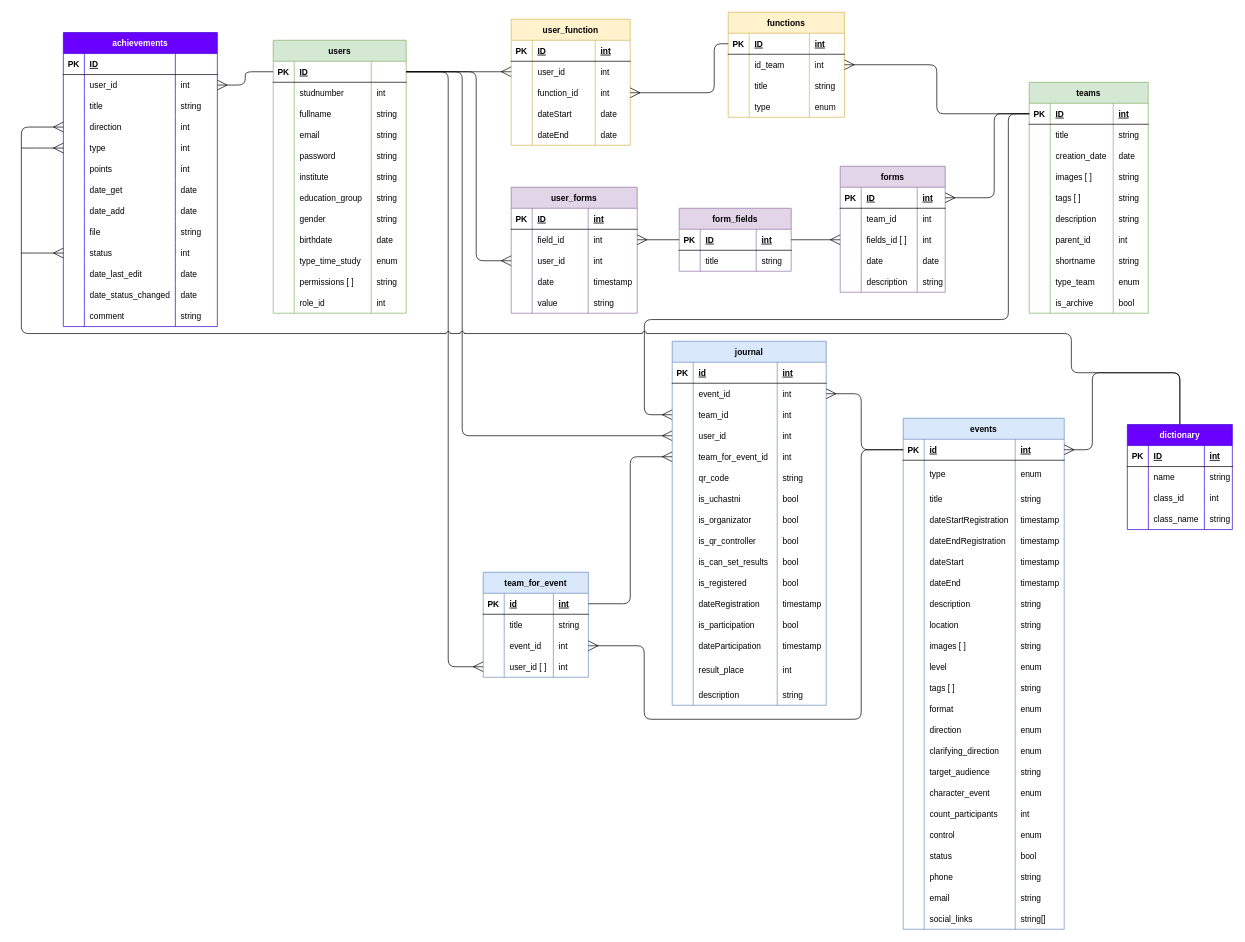
KomogortsevaYulia/Raiting-Teams-Events keeps this draw.io diagram as page "Физическая" (2 of 3) of Схема БД.drawio. Above is the earlier version. Source tidied: cells renumbered, new cells numbered last; positions are measured from the earlier drawing's top-left corner, leaving out a move shared by most shapes. Both pictures are drawn from the tidied source at 70%, with x=0, y=0 at pixel (21, 12).
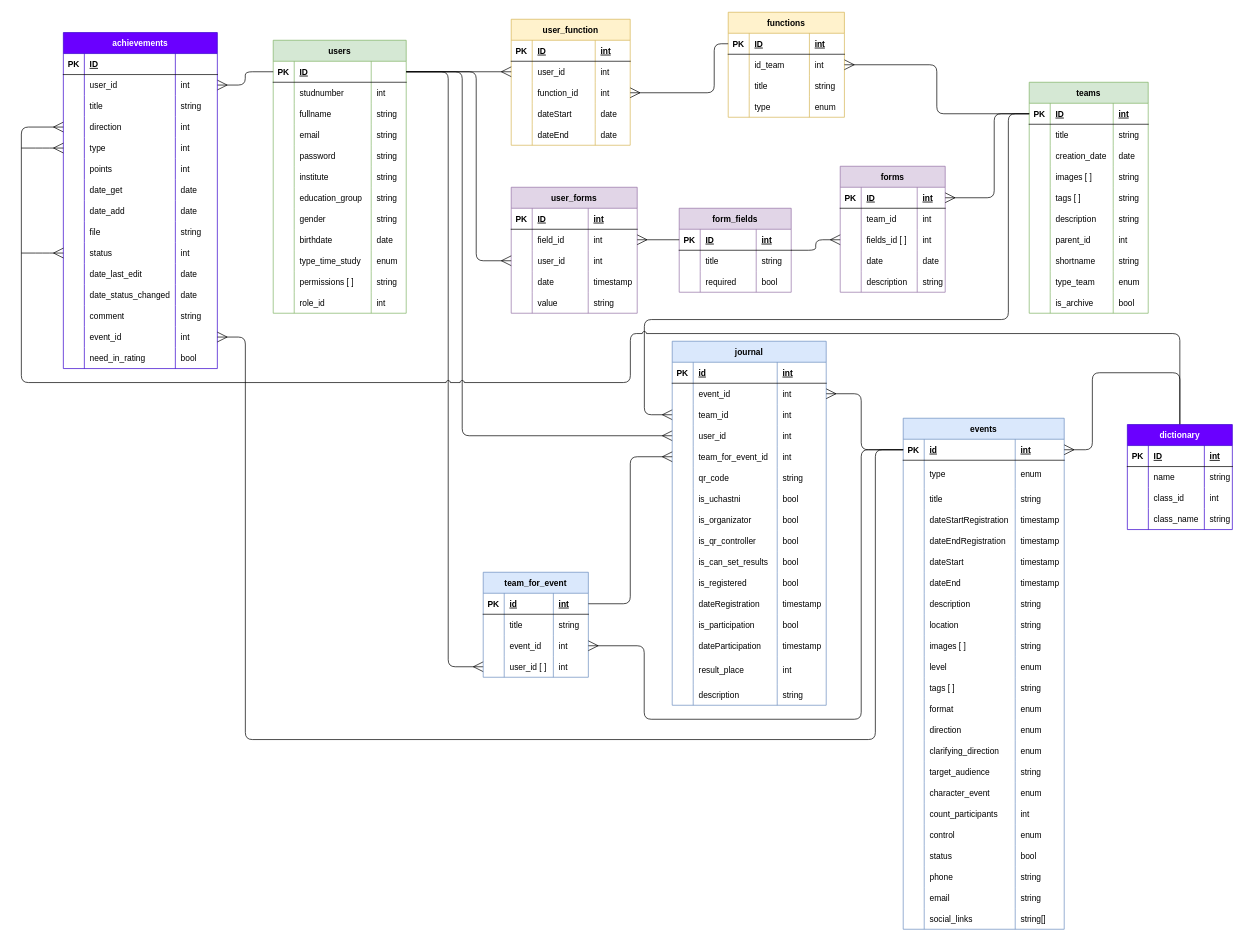
After the change.

The change refers to these unchanged cells:
```xml
<mxCell id="192" style="shape=tableRow;horizontal=0;startSize=0;swimlaneHead=0;swimlaneBody=0;fillColor=none;points=[[0,0.5],[1,0.5]];portConstraint=eastwest;top=0;left=0;right=0;bottom=1;" parent="191" vertex="1">
  <mxGeometry y="30" width="230" height="30" as="geometry" />
</mxCell>
<mxCell id="385" style="shape=tableRow;horizontal=0;startSize=0;swimlaneHead=0;swimlaneBody=0;fillColor=none;points=[[0,0.5],[1,0.5]];portConstraint=eastwest;top=0;left=0;right=0;bottom=0;" parent="372" vertex="1">
  <mxGeometry y="120" width="220" height="30" as="geometry" />
</mxCell>
<mxCell id="427" value="dictionary" style="shape=table;startSize=30;childLayout=tableLayout;rowLines=0;fontStyle=1;align=center;fillColor=#6a00ff;strokeColor=#3700CC;fontColor=#ffffff;" parent="1" vertex="1">
  <mxGeometry x="1580" y="589" width="150" height="150" as="geometry" />
</mxCell>
```

Change to the diagram source:
```diff
@@
     <mxCell id="133" value="form_fields" style="shape=table;startSize=30;childLayout=tableLayout;rowLines=0;fontStyle=1;align=center;fillColor=#e1d5e7;strokeColor=#9673a6;" parent="1" vertex="1">
-      <mxGeometry x="939.8" y="280" width="160" height="90" as="geometry" />
+      <mxGeometry x="939.8" y="280" width="160" height="120" as="geometry" />
     </mxCell>
@@
+    <mxCell id="444" style="shape=tableRow;horizontal=0;startSize=0;swimlaneHead=0;swimlaneBody=0;fillColor=none;top=0;left=0;right=0;bottom=0;" parent="133" vertex="1">
+      <mxGeometry y="90" width="160" height="30" as="geometry" />
+    </mxCell>
+    <mxCell id="445" style="shape=partialRectangle;fillColor=none;top=0;left=0;bottom=0;right=0;overflow=hidden;" parent="444" vertex="1">
+      <mxGeometry width="30" height="30" as="geometry" />
+    </mxCell>
+    <mxCell id="446" value="required" style="shape=partialRectangle;fillColor=none;top=0;left=0;bottom=0;right=0;align=left;spacingLeft=6;overflow=hidden;" parent="444" vertex="1">
+      <mxGeometry x="30" width="80" height="30" as="geometry" />
+    </mxCell>
+    <mxCell id="447" value="bool" style="shape=partialRectangle;fillColor=none;top=0;left=0;bottom=0;right=0;align=left;spacingLeft=6;overflow=hidden;" parent="444" vertex="1">
+      <mxGeometry x="110" width="50" height="30" as="geometry" />
+    </mxCell>
@@
     <mxCell id="370" style="edgeStyle=orthogonalEdgeStyle;html=1;strokeWidth=1;startArrow=none;startFill=0;endArrow=ERmany;endFill=0;startSize=12;endSize=12;jumpStyle=arc;exitX=0.5;exitY=0;exitDx=0;exitDy=0;entryX=0;entryY=0.5;entryDx=0;entryDy=0;" parent="1" edge="1" source="427" target="385">
       <mxGeometry relative="1" as="geometry">
         <Array as="points">
-          <mxPoint x="1655" y="515" />
-          <mxPoint x="1500" y="515" />
-          <mxPoint x="1500" y="459" />
-          <mxPoint y="459" />
+          <mxPoint x="1655" y="459" />
+          <mxPoint x="870" y="459" />
+          <mxPoint x="870" y="529" />
+          <mxPoint y="529" />
           <mxPoint y="164" />
         </Array>
       </mxGeometry>
     </mxCell>
@@
     <mxCell id="372" value="achievements" style="shape=table;startSize=30;childLayout=tableLayout;rowLines=0;fontStyle=1;align=center;fillColor=#6a00ff;strokeColor=#3700CC;fontColor=#ffffff;" parent="1" vertex="1">
-      <mxGeometry x="60" y="29" width="220" height="420" as="geometry" />
+      <mxGeometry x="60" y="29" width="220" height="480" as="geometry" />
     </mxCell>
@@
+    <mxCell id="448" style="shape=tableRow;horizontal=0;startSize=0;swimlaneHead=0;swimlaneBody=0;fillColor=none;points=[[0,0.5],[1,0.5]];portConstraint=eastwest;top=0;left=0;right=0;bottom=0;" parent="372" vertex="1">
+      <mxGeometry y="420" width="220" height="30" as="geometry" />
+    </mxCell>
+    <mxCell id="449" style="shape=partialRectangle;fillColor=none;top=0;left=0;bottom=0;right=0;overflow=hidden;" parent="448" vertex="1">
+      <mxGeometry width="30" height="30" as="geometry" />
+    </mxCell>
+    <mxCell id="450" value="event_id" style="shape=partialRectangle;fillColor=none;top=0;left=0;bottom=0;right=0;align=left;spacingLeft=6;overflow=hidden;" parent="448" vertex="1">
+      <mxGeometry x="30" width="130" height="30" as="geometry" />
+    </mxCell>
+    <mxCell id="451" value="int" style="shape=partialRectangle;fillColor=none;top=0;left=0;bottom=0;right=0;align=left;spacingLeft=6;overflow=hidden;" parent="448" vertex="1">
+      <mxGeometry x="160" width="60" height="30" as="geometry" />
+    </mxCell>
+    <mxCell id="452" style="shape=tableRow;horizontal=0;startSize=0;swimlaneHead=0;swimlaneBody=0;fillColor=none;top=0;left=0;right=0;bottom=0;" parent="372" vertex="1">
+      <mxGeometry y="450" width="220" height="30" as="geometry" />
+    </mxCell>
+    <mxCell id="453" style="shape=partialRectangle;fillColor=none;top=0;left=0;bottom=0;right=0;overflow=hidden;" parent="452" vertex="1">
+      <mxGeometry width="30" height="30" as="geometry" />
+    </mxCell>
+    <mxCell id="454" value="need_in_rating" style="shape=partialRectangle;fillColor=none;top=0;left=0;bottom=0;right=0;align=left;spacingLeft=6;overflow=hidden;" parent="452" vertex="1">
+      <mxGeometry x="30" width="130" height="30" as="geometry" />
+    </mxCell>
+    <mxCell id="455" value="bool" style="shape=partialRectangle;fillColor=none;top=0;left=0;bottom=0;right=0;align=left;spacingLeft=6;overflow=hidden;" parent="452" vertex="1">
+      <mxGeometry x="160" width="60" height="30" as="geometry" />
+    </mxCell>
@@
+    <mxCell id="456" style="edgeStyle=orthogonalEdgeStyle;html=1;strokeWidth=1;startArrow=none;startFill=0;endArrow=ERmany;endFill=0;startSize=12;endSize=12;entryX=1;entryY=0.5;entryDx=0;entryDy=0;exitX=0;exitY=0.5;exitDx=0;exitDy=0;" parent="1" edge="1" source="192" target="448">
+      <mxGeometry relative="1" as="geometry">
+        <Array as="points">
+          <mxPoint x="1220" y="625" />
+          <mxPoint x="1220" y="1039" />
+          <mxPoint x="320" y="1039" />
+          <mxPoint x="320" y="464" />
+        </Array>
+      </mxGeometry>
+    </mxCell>
```
